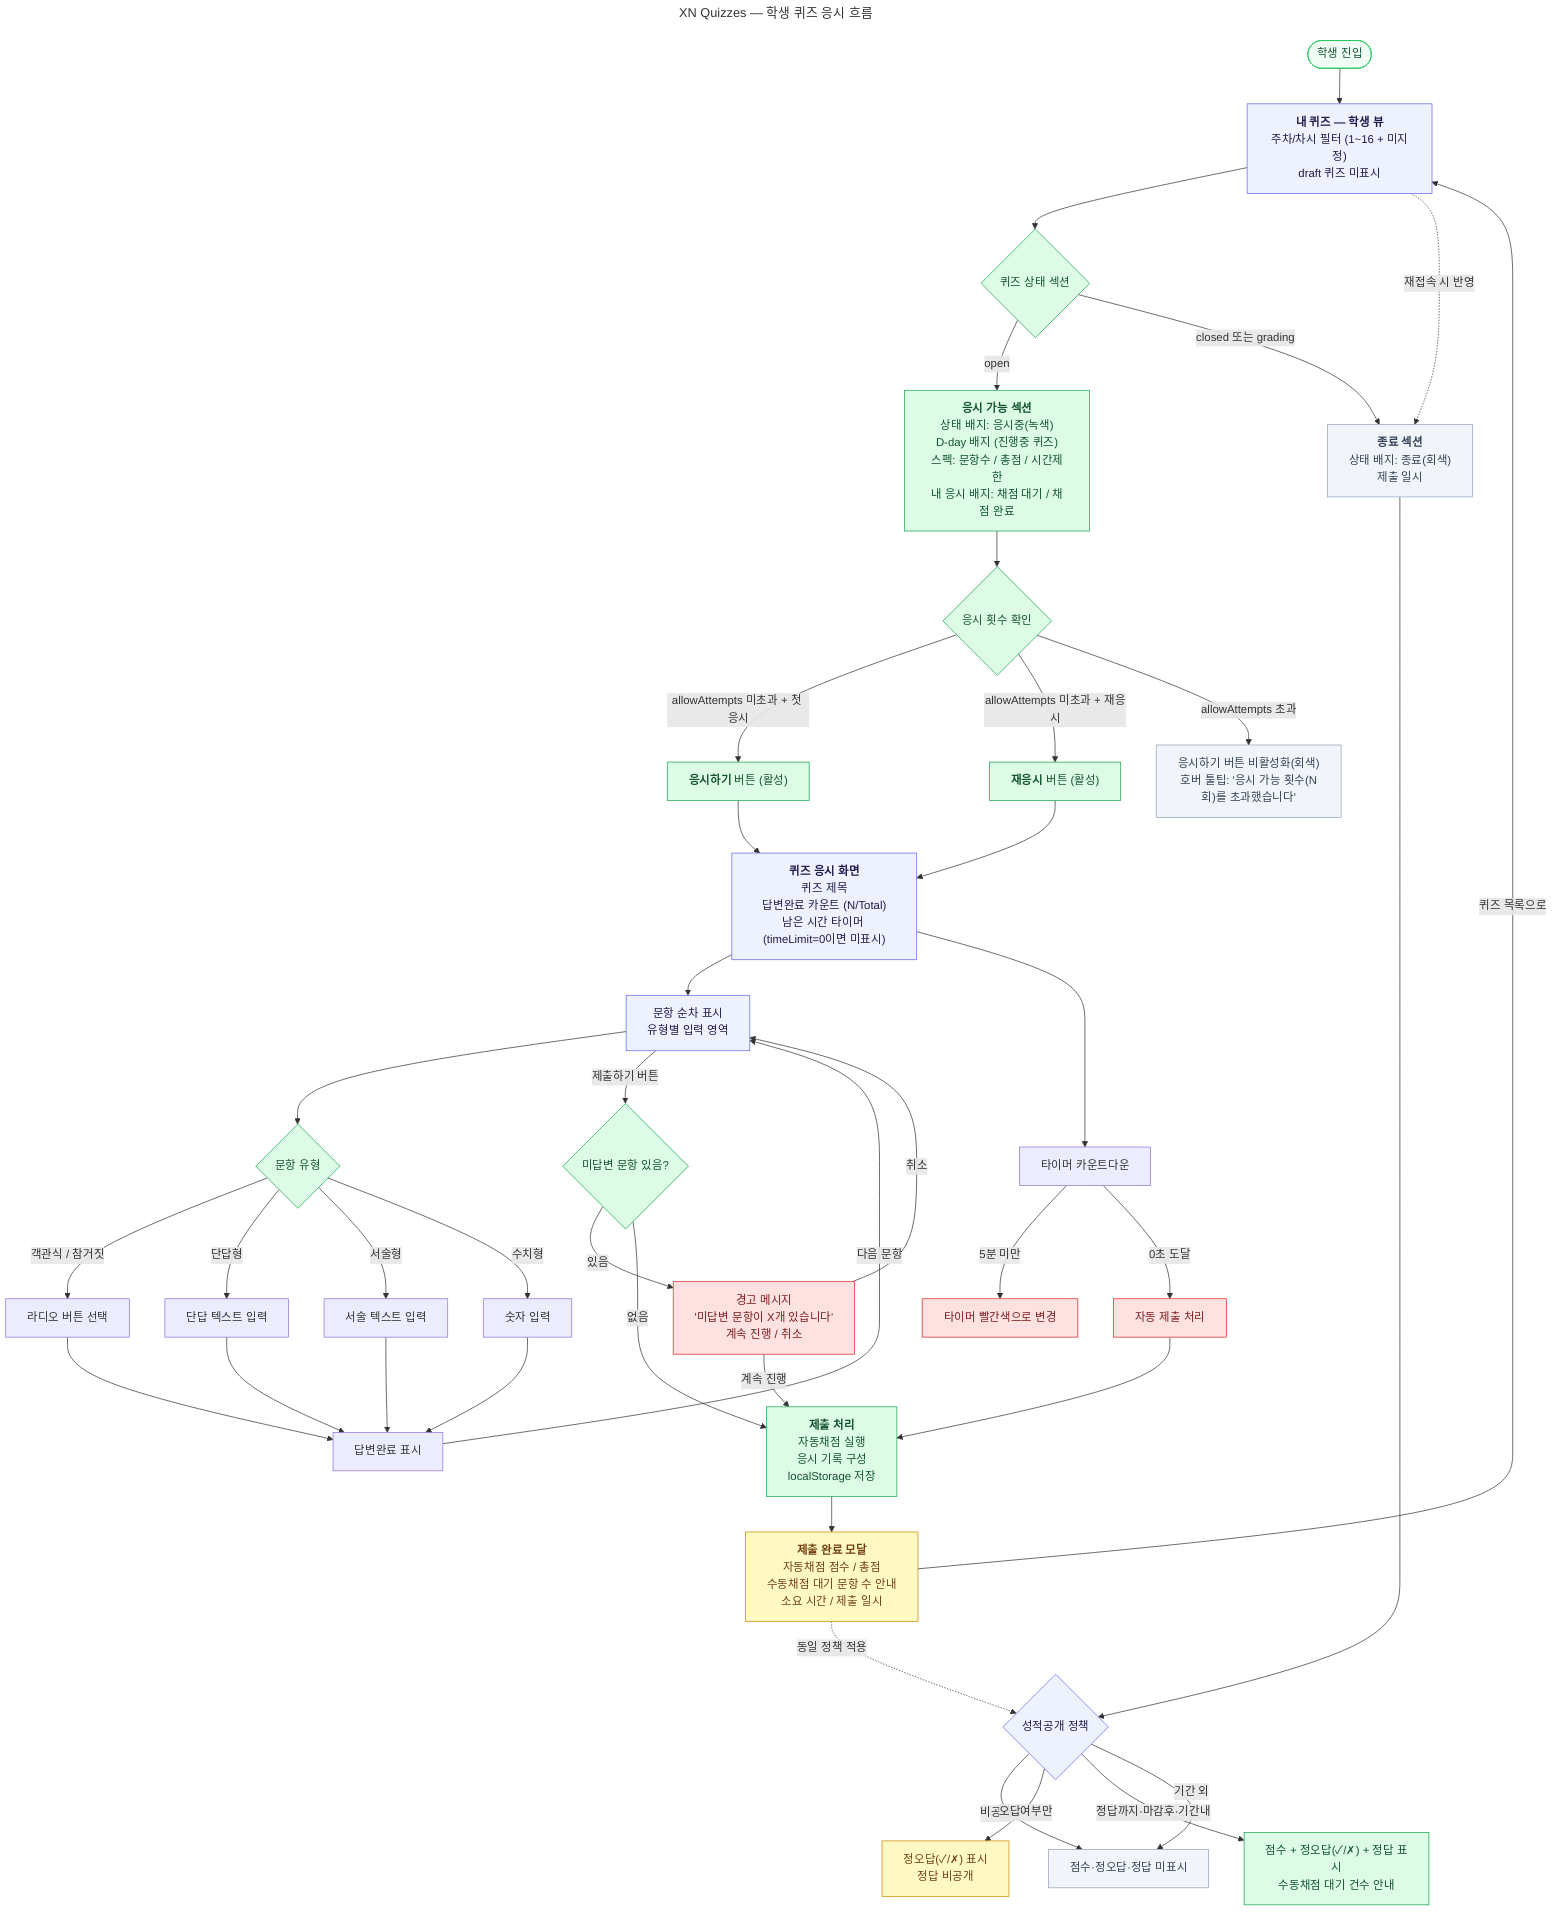
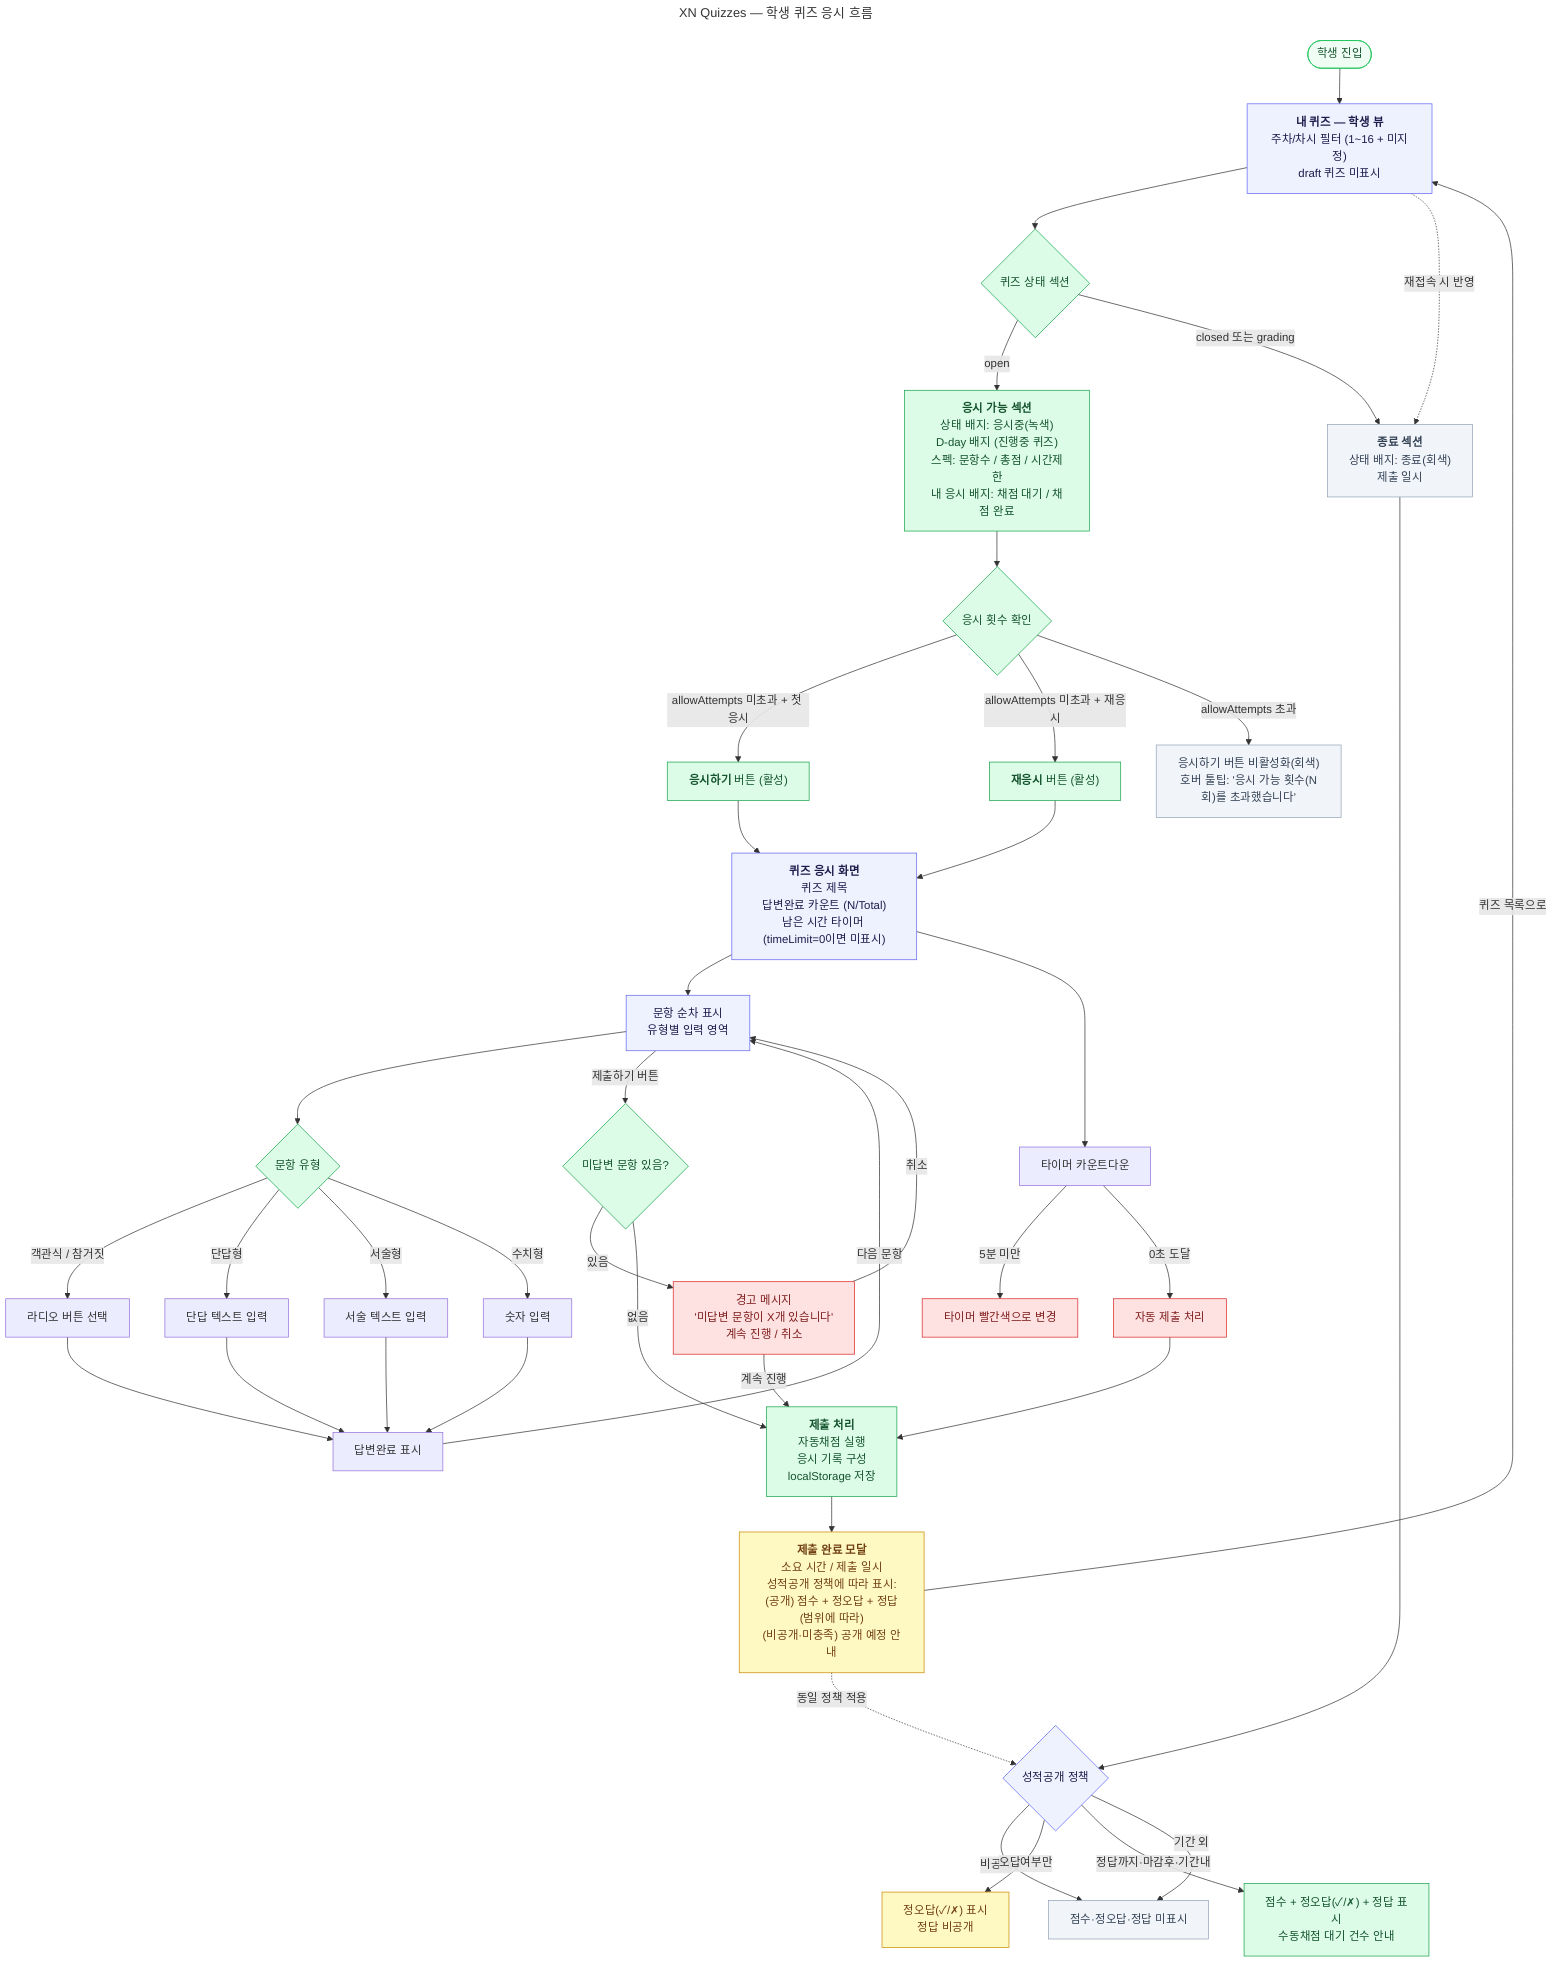
---
title: XN Quizzes — 학생 퀴즈 응시 흐름
---
flowchart TD
    START([학생 진입]) --> QL["`**내 퀴즈 — 학생 뷰**
    주차/차시 필터 (1~16 + 미지정)
    draft 퀴즈 미표시`"]

    QL --> SEC{퀴즈 상태 섹션}

    SEC -->|open| SEC_OPEN["`**응시 가능 섹션**
    상태 배지: 응시중(녹색)
    D-day 배지 (진행중 퀴즈)
    스펙: 문항수 / 총점 / 시간제한
    내 응시 배지: 채점 대기 / 채점 완료`"]

    SEC -->|closed 또는 grading| SEC_CLOSED["`**종료 섹션**
    상태 배지: 종료(회색)
    제출 일시`"]

    SEC_CLOSED --> POLICY_CHECK{성적공개 정책}
    POLICY_CHECK -->|비공개| HIDDEN["`점수·정오답·정답 미표시`"]
    POLICY_CHECK -->|오답여부만| SHOW_WRONG["`정오답(✓/✗) 표시
    정답 비공개`"]
    POLICY_CHECK -->|정답까지·마감후·기간내| SHOW_FULL["`점수 + 정오답(✓/✗) + 정답 표시
    수동채점 대기 건수 안내`"]
    POLICY_CHECK -->|기간 외| HIDDEN

    %% ── 응시하기 / 재응시 버튼 분기 ─────────────
    SEC_OPEN --> CHECK_ATTEMPTS{응시 횟수 확인}
    CHECK_ATTEMPTS -->|allowAttempts 미초과 + 첫 응시| BTN_FIRST["`**응시하기** 버튼 (활성)`"]
    CHECK_ATTEMPTS -->|allowAttempts 미초과 + 재응시| BTN_RETRY["`**재응시** 버튼 (활성)`"]
    CHECK_ATTEMPTS -->|allowAttempts 초과| BTN_DISABLED["`응시하기 버튼 비활성화(회색)
    호버 툴팁: '응시 가능 횟수(N회)를 초과했습니다'`"]

    BTN_FIRST --> QA
    BTN_RETRY --> QA

    %% ── 응시 화면 ────────────────────────────────
    QA["`**퀴즈 응시 화면**
    퀴즈 제목
    답변완료 카운트 (N/Total)
    남은 시간 타이머 (timeLimit=0이면 미표시)`"]

    QA --> ANS_LOOP["`문항 순차 표시
    유형별 입력 영역`"]

    ANS_LOOP --> Q_TYPE{문항 유형}
    Q_TYPE -->|객관식 / 참거짓| INPUT_RADIO["`라디오 버튼 선택`"]
    Q_TYPE -->|단답형| INPUT_TEXT["`단답 텍스트 입력`"]
    Q_TYPE -->|서술형| INPUT_TEXTAREA["`서술 텍스트 입력`"]
    Q_TYPE -->|수치형| INPUT_NUMBER["`숫자 입력`"]

    INPUT_RADIO    --> ANSWERED["`답변완료 표시`"]
    INPUT_TEXT     --> ANSWERED
    INPUT_TEXTAREA --> ANSWERED
    INPUT_NUMBER   --> ANSWERED

    ANSWERED -->|다음 문항| ANS_LOOP

    %% ── 타이머 ───────────────────────────────────
    QA --> TIMER["`타이머 카운트다운`"]
    TIMER -->|5분 미만| TIMER_WARN["`타이머 빨간색으로 변경`"]
    TIMER -->|0초 도달| AUTO_SUBMIT["`자동 제출 처리`"]

    %% ── 제출 흐름 ────────────────────────────────
    ANS_LOOP -->|제출하기 버튼| CHECK_UNANSWERED{미답변 문항 있음?}
    CHECK_UNANSWERED -->|있음| WARN["`경고 메시지
    '미답변 문항이 X개 있습니다'
    계속 진행 / 취소`"]
    WARN -->|계속 진행| SUBMIT
    WARN -->|취소| ANS_LOOP
    CHECK_UNANSWERED -->|없음| SUBMIT

    AUTO_SUBMIT --> SUBMIT

    SUBMIT["`**제출 처리**
    자동채점 실행
    응시 기록 구성
    localStorage 저장`"]

    SUBMIT --> RESULT_MODAL["`**제출 완료 모달**
-     자동채점 점수 / 총점
-     수동채점 대기 문항 수 안내
-     소요 시간 / 제출 일시`"]
+     소요 시간 / 제출 일시
+     성적공개 정책에 따라 표시:
+     (공개) 점수 + 정오답 + 정답(범위에 따라)
+     (비공개·미충족) 공개 예정 안내`"]

    RESULT_MODAL -->|퀴즈 목록으로| QL

    %% ── 제출 완료 모달 성적 표시도 동일 정책 적용 ──
    RESULT_MODAL -.->|동일 정책 적용| POLICY_CHECK

    %% ── 제출 후 카드 상태 변화 ──────────────────
    QL -.->|재접속 시 반영| SEC_CLOSED

    %% ── 스타일 ───────────────────────────────────
    style QL             fill:#EEF2FF,stroke:#6366F1,color:#1e1b4b
    style QA             fill:#EEF2FF,stroke:#6366F1,color:#1e1b4b
    style ANS_LOOP       fill:#EEF2FF,stroke:#6366F1,color:#1e1b4b
    style RESULT_MODAL   fill:#FEF9C3,stroke:#CA8A04,color:#713f12

    style SEC_OPEN       fill:#DCFCE7,stroke:#16A34A,color:#14532d
    style SEC_CLOSED     fill:#F1F5F9,stroke:#94A3B8,color:#334155
    style BTN_FIRST      fill:#DCFCE7,stroke:#16A34A,color:#14532d
    style BTN_RETRY      fill:#DCFCE7,stroke:#16A34A,color:#14532d
    style BTN_DISABLED   fill:#F1F5F9,stroke:#94A3B8,color:#334155

    style WARN           fill:#FEE2E2,stroke:#DC2626,color:#7f1d1d
    style TIMER_WARN     fill:#FEE2E2,stroke:#DC2626,color:#7f1d1d
    style AUTO_SUBMIT    fill:#FEE2E2,stroke:#DC2626,color:#7f1d1d
    style SUBMIT         fill:#DCFCE7,stroke:#16A34A,color:#14532d

    style CHECK_UNANSWERED fill:#DCFCE7,stroke:#16A34A,color:#14532d
    style CHECK_ATTEMPTS   fill:#DCFCE7,stroke:#16A34A,color:#14532d
    style Q_TYPE           fill:#DCFCE7,stroke:#16A34A,color:#14532d
    style SEC              fill:#DCFCE7,stroke:#16A34A,color:#14532d
    style POLICY_CHECK     fill:#EEF2FF,stroke:#6366F1,color:#1e1b4b
    style HIDDEN           fill:#F1F5F9,stroke:#94A3B8,color:#334155
    style SHOW_WRONG       fill:#FEF9C3,stroke:#CA8A04,color:#713f12
    style SHOW_FULL        fill:#DCFCE7,stroke:#16A34A,color:#14532d

    style START fill:#F0FDF4,stroke:#22C55E,color:#14532d
